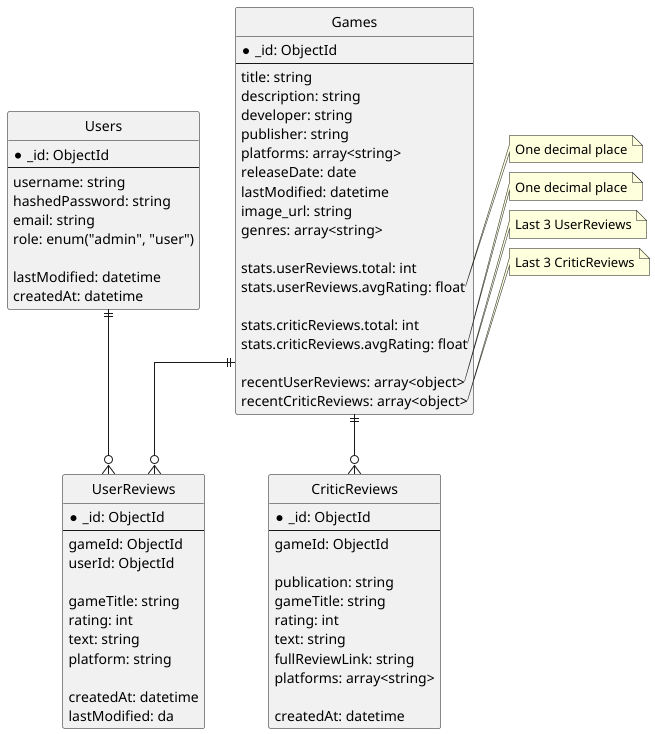
This is nosql_model/er.png from moevm/nosql1h25-review, a PlantUML export, as it was before one commit. Its diagram source:
```plantuml
@startuml
hide circle
skinparam linetype ortho

entity Games {
  * _id: ObjectId
  --
  title: string
  description: string
  developer: string
  publisher: string
  platforms: array<string>
  releaseDate: date
  lastModified: datetime
  image_url: string
  genres: array<string>

  stats.userReviews.total: int
  stats.userReviews.avgRating: float

  stats.criticReviews.total: int
  stats.criticReviews.avgRating: float

  recentUserReviews: array<object>
  recentCriticReviews: array<object>
}

entity Users {
  * _id: ObjectId
  --
  username: string
  hashedPassword: string
  email: string
  role: enum("admin", "user")

  lastModified: datetime
  createdAt: datetime
}

entity UserReviews {
  * _id: ObjectId
  --
  gameId: ObjectId
  userId: ObjectId

  gameTitle: string
  rating: int
  text: string
  platform: string

  createdAt: datetime
  lastModified: da
}

entity CriticReviews {
  * _id: ObjectId
  --
  gameId: ObjectId

  publication: string
  gameTitle: string
  rating: int
  text: string
  fullReviewLink: string
  platforms: array<string>

  createdAt: datetime
}

Games ||--o{ UserReviews
Games ||--o{ CriticReviews
Users ||--o{ UserReviews

note right of Games::stats.userReviews.avgRating
    One decimal place
end note

note right of Games::stats.criticReviews.avgRating
    One decimal place
end note

note right of Games::recentUserReviews
  Last 3 UserReviews
end note

note right of Games::recentCriticReviews
  Last 3 CriticReviews
end note



@enduml
```
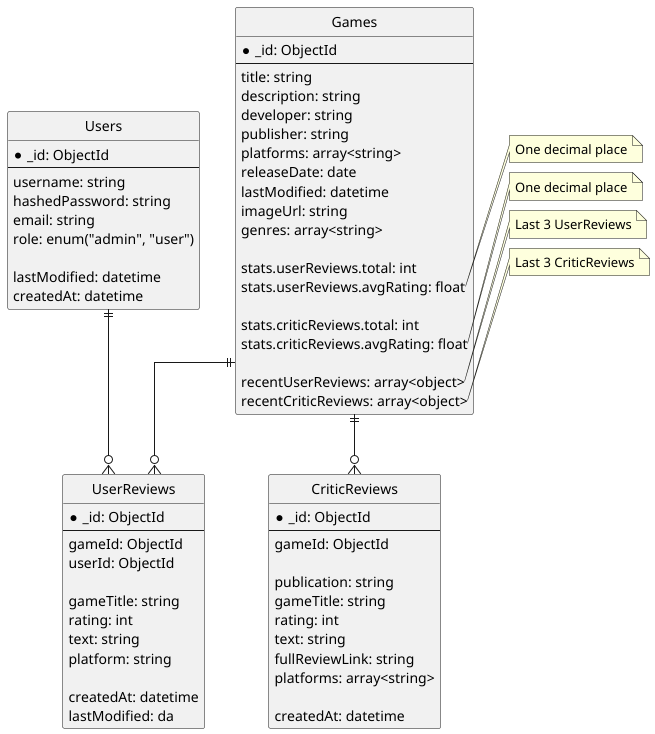
After the change.

What changed in the source:
```diff
@@ -12,7 +12,7 @@
   platforms: array<string>
   releaseDate: date
   lastModified: datetime
-  image_url: string
+  imageUrl: string
   genres: array<string>
 
   stats.userReviews.total: int
```
